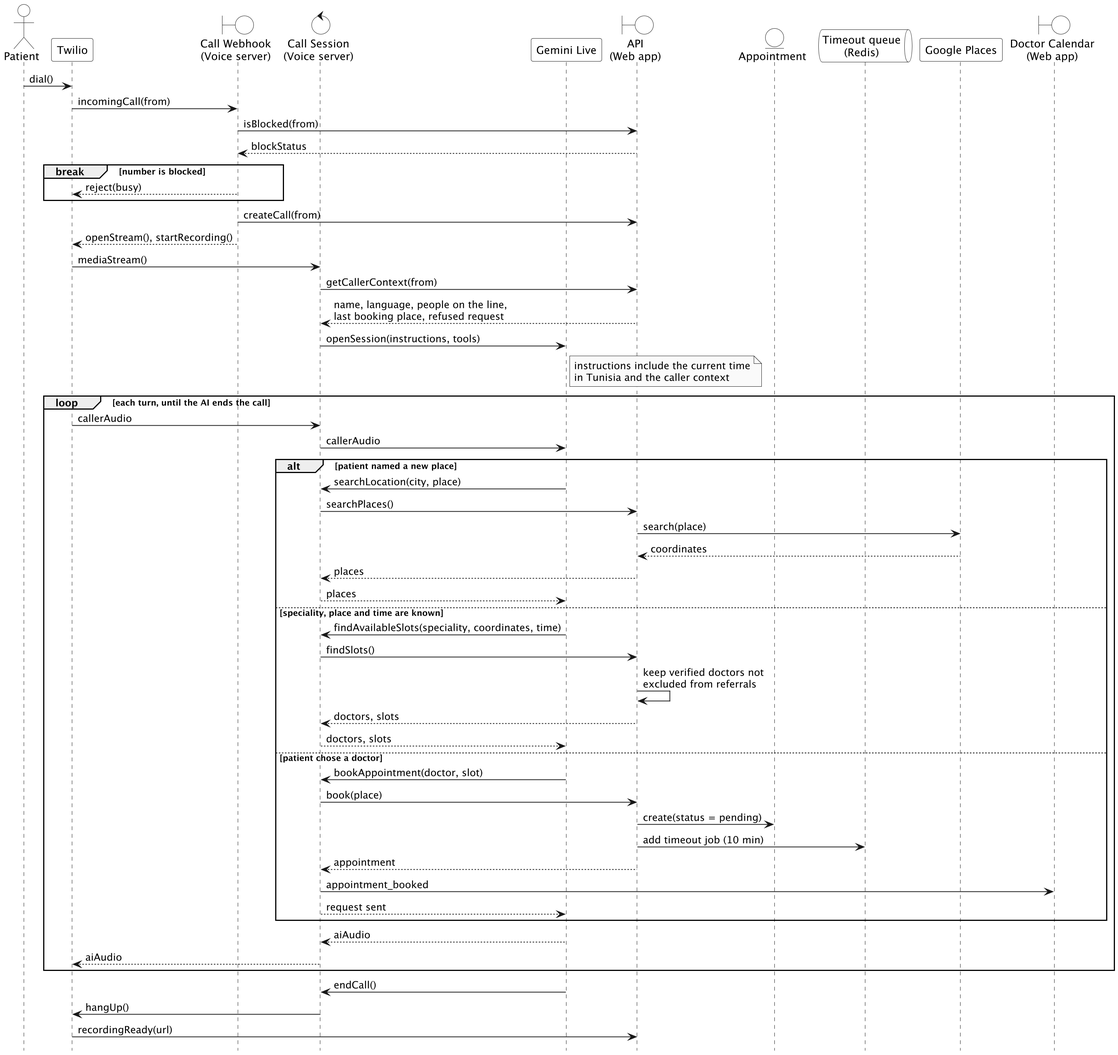
Above: images/diagrams/sequence_call_flow.png in AtriOmar/riaya-report (PlantUML), before the change. The source it was exported from:
```plantuml
@startuml sequence_call_flow
skinparam dpi 192
skinparam monochrome true
skinparam shadowing false
skinparam defaultFontName "DejaVu Sans"
skinparam ParticipantBackgroundColor white
skinparam ActorBackgroundColor white
skinparam BoundaryBackgroundColor white
skinparam ControlBackgroundColor white
skinparam EntityBackgroundColor white
skinparam QueueBackgroundColor white
skinparam SequenceGroupHeaderBackgroundColor white
hide footbox

actor "Patient" as P
participant "Twilio" as T
boundary "Call Webhook\n(Voice server)" as H
control "Call Session\n(Voice server)" as S
participant "Gemini Live" as G
boundary "API\n(Web app)" as A
entity "Appointment" as E
queue "Timeout queue\n(Redis)" as Q
participant "Google Places" as GP
boundary "Doctor Calendar\n(Web app)" as C

P -> T : dial()
T -> H : incomingCall(from)
H -> A : isBlocked(from)
A --> H : blockStatus
break number is blocked
  H --> T : reject(busy)
end
H -> A : createCall(from)
H --> T : openStream(), startRecording()
T -> S : mediaStream()
S -> A : getCallerContext(from)
A --> S : name, language, people on the line,\nlast booking place, refused request
S -> G : openSession(instructions, tools)
note right of G
  instructions include the current time
  in Tunisia and the caller context
end note
loop each turn, until the AI ends the call
  T -> S : callerAudio
  S -> G : callerAudio
  alt patient named a new place
    G -> S : searchLocation(city, place)
    S -> A : searchPlaces()
    A -> GP : search(place)
    GP --> A : coordinates
    A --> S : places
    S --> G : places
  else speciality, place and time are known
    G -> S : findAvailableSlots(speciality, coordinates, time)
    S -> A : findSlots()
    A -> A : keep verified doctors not\nexcluded from referrals
    A --> S : doctors, slots
    S --> G : doctors, slots
  else patient chose a doctor
    G -> S : bookAppointment(doctor, slot)
    S -> A : book(place)
    A -> E : create(status = pending)
    A -> Q : add timeout job (10 min)
    A --> S : appointment
    S -> C : appointment_booked
    S --> G : request sent
  end
  G --> S : aiAudio
  S --> T : aiAudio
end
G -> S : endCall()
S -> T : hangUp()
T -> A : recordingReady(url)
@enduml
```
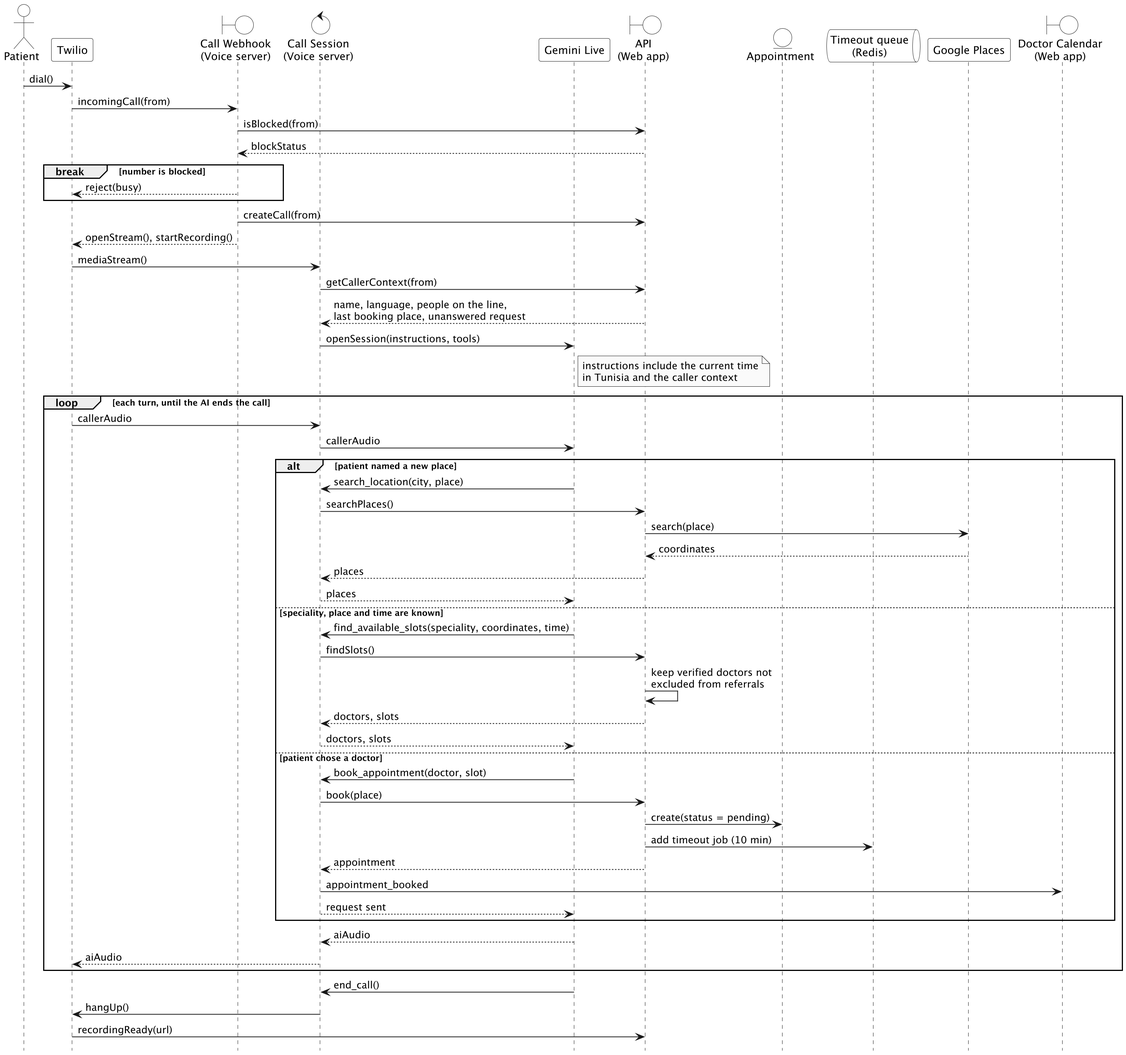
After the commit.

Commit message:
Use the real tool names in the call walkthrough

Change to the diagram source:
```diff
@@ -34,7 +34,7 @@
 H --> T : openStream(), startRecording()
 T -> S : mediaStream()
 S -> A : getCallerContext(from)
-A --> S : name, language, people on the line,\nlast booking place, refused request
+A --> S : name, language, people on the line,\nlast booking place, unanswered request
 S -> G : openSession(instructions, tools)
 note right of G
   instructions include the current time
@@ -44,20 +44,20 @@
   T -> S : callerAudio
   S -> G : callerAudio
   alt patient named a new place
-    G -> S : searchLocation(city, place)
+    G -> S : search_location(city, place)
     S -> A : searchPlaces()
     A -> GP : search(place)
     GP --> A : coordinates
     A --> S : places
     S --> G : places
   else speciality, place and time are known
-    G -> S : findAvailableSlots(speciality, coordinates, time)
+    G -> S : find_available_slots(speciality, coordinates, time)
     S -> A : findSlots()
     A -> A : keep verified doctors not\nexcluded from referrals
     A --> S : doctors, slots
     S --> G : doctors, slots
   else patient chose a doctor
-    G -> S : bookAppointment(doctor, slot)
+    G -> S : book_appointment(doctor, slot)
     S -> A : book(place)
     A -> E : create(status = pending)
     A -> Q : add timeout job (10 min)
@@ -68,7 +68,7 @@
   G --> S : aiAudio
   S --> T : aiAudio
 end
-G -> S : endCall()
+G -> S : end_call()
 S -> T : hangUp()
 T -> A : recordingReady(url)
 @enduml
```
